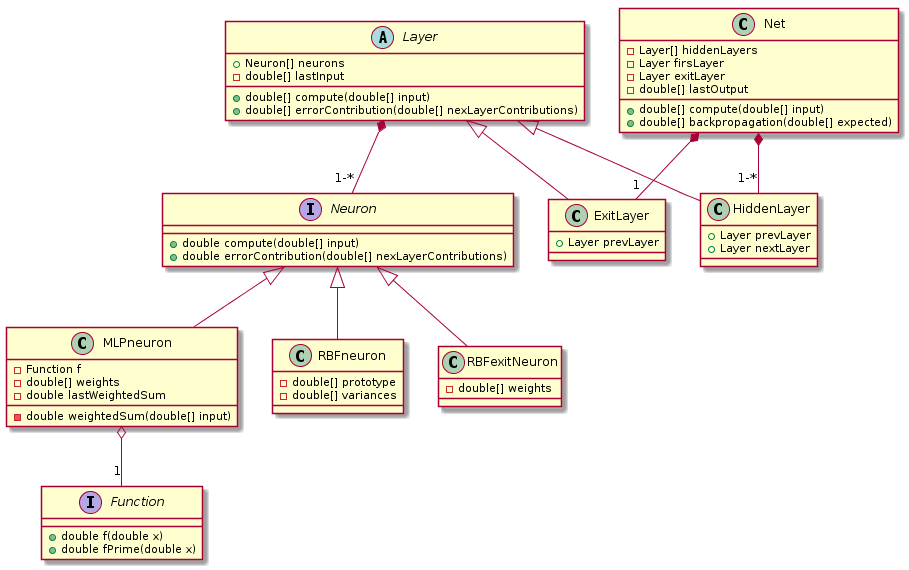
This is uml/neurondiag.png from cyberjasse/spheroneuralnet, a PlantUML export, as it was before one commit.
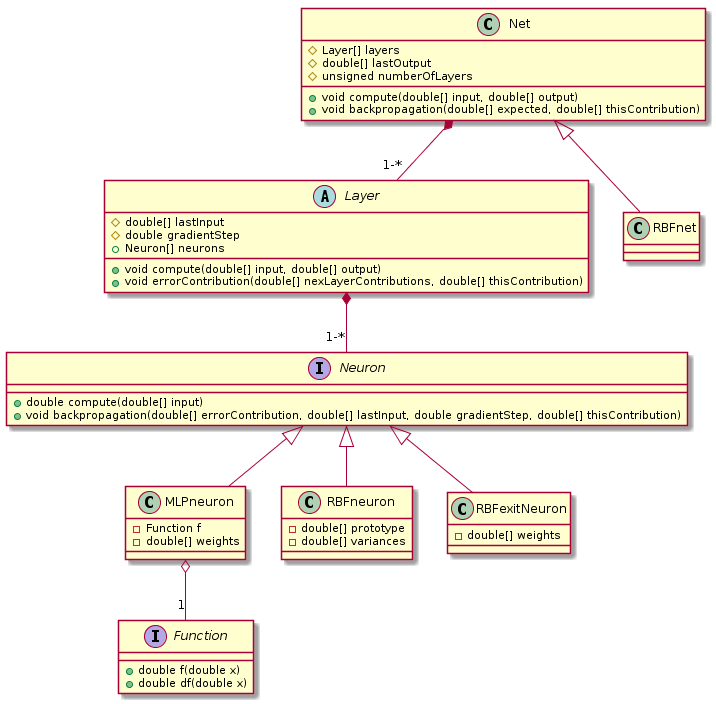
Later version of the same file.

Change to the diagram source:
```diff
@@ -1,13 +1,11 @@
 @startuml
 interface Neuron {
 	+ double compute(double[] input)
-	+ double errorContribution(double[] nexLayerContributions)
+	+ void backpropagation(double[] errorContribution, double[] lastInput, double gradientStep, double[] thisContribution)
 }
 class MLPneuron {
 	- Function f
 	- double[] weights
-	- double lastWeightedSum
-	- double weightedSum(double[] input)
 }
 class RBFneuron {
 	- double[] prototype
@@ -18,36 +16,27 @@
 }
 interface Function {
 	+ double f(double x)
-	+ double fPrime(double x)
+	+ double df(double x)
 }
 abstract class Layer {
+	# double[] lastInput
+	# double gradientStep
 	+ Neuron[] neurons
-	- double[] lastInput
-	+ double[] compute(double[] input)
-	+ double[] errorContribution(double[] nexLayerContributions)
-}
-class HiddenLayer {
-	+ Layer prevLayer
-	+ Layer nextLayer
-}
-class ExitLayer {
-	+ Layer prevLayer
+	+ void compute(double[] input, double[] output)
+	+ void errorContribution(double[] nexLayerContributions, double[] thisContribution)
 }
 class Net {
-	- Layer[] hiddenLayers
-	- Layer firsLayer
-	- Layer exitLayer
-	- double[] lastOutput
-	+ double[] compute(double[] input)
-	+ double[] backpropagation(double[] expected)
+	# Layer[] layers
+	# double[] lastOutput
+	# unsigned numberOfLayers
+	+ void compute(double[] input, double[] output)
+	+ void backpropagation(double[] expected, double[] thisContribution)
 }
 MLPneuron o-- "1" Function
 Neuron <|-- MLPneuron
 Neuron <|-- RBFneuron
 Neuron <|-- RBFexitNeuron
-Layer <|-- HiddenLayer
-Layer <|-- ExitLayer
 Layer *-- "1-*" Neuron
-Net *-- "1-*" HiddenLayer
-Net *-- "1" ExitLayer
+Net *-- "1-*" Layer
+Net <|-- class RBFnet
 @enduml
```
